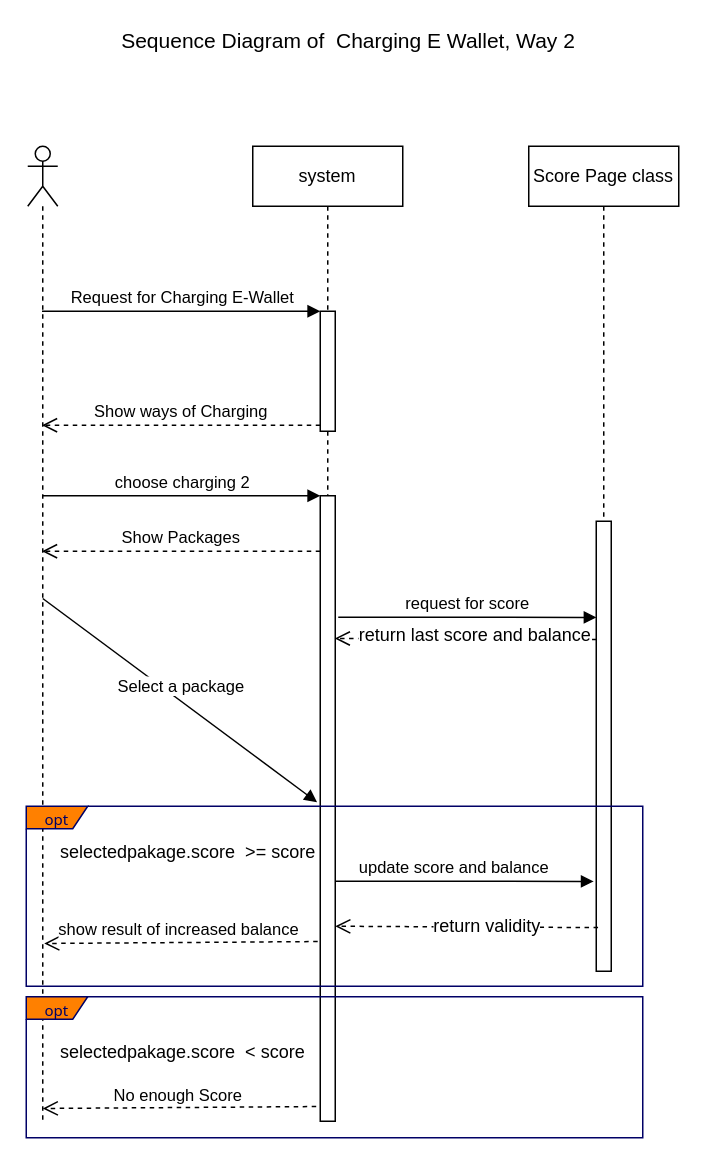
Above: Structural Modeling/SequenceDiagram/Seq-charge2-Ewallet.drawio in kargaranamir/Travelink (draw.io), before the change. Source tidied: cells renumbered, new cells numbered last; positions are measured from the earlier drawing's top-left corner, leaving out a move shared by most shapes. Both pictures are drawn from the tidied source at 150%, with x=0, y=0 at pixel (26, 26).
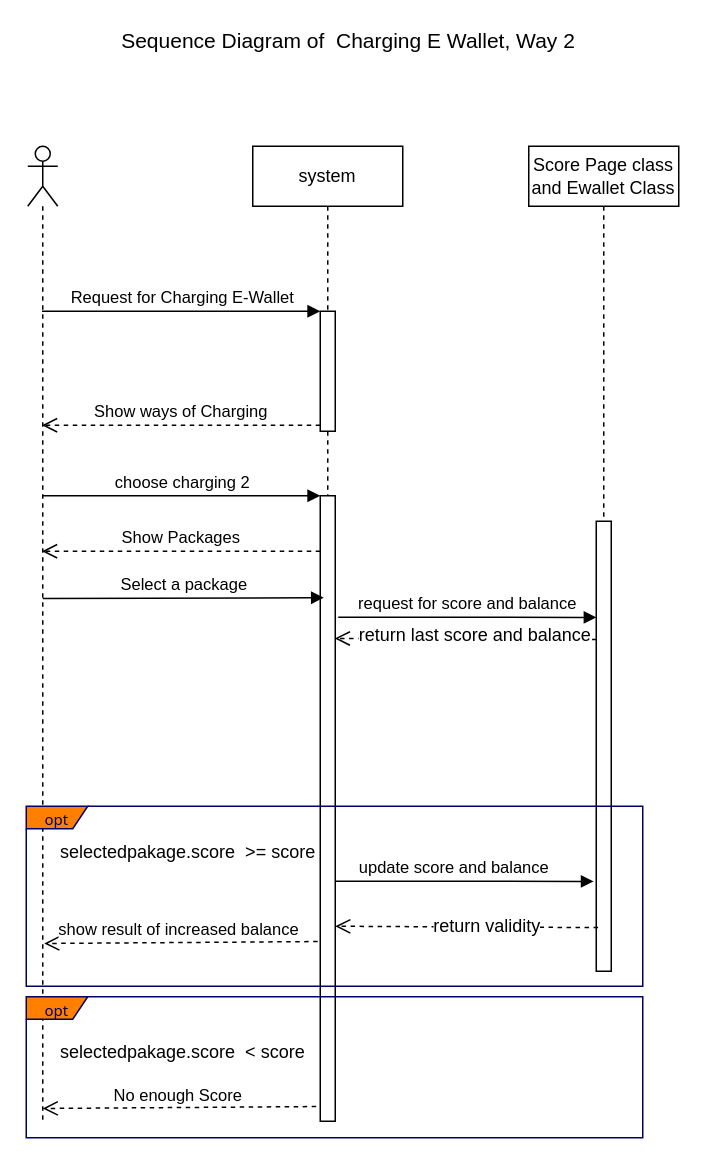
After the change.

Unchanged cells that the change refers to:
```xml
<mxCell id="5" style="html=1;points=[];perimeter=orthogonalPerimeter;" parent="3" vertex="1">
  <mxGeometry x="45" y="233" width="10" height="417" as="geometry" />
</mxCell>
```

Diff of the diagram source:
```diff
@@
-    <mxCell id="6" value="Score Page class" style="shape=umlLifeline;perimeter=lifelinePerimeter;whiteSpace=wrap;html=1;" parent="1" vertex="1">
+    <mxCell id="6" value="Score Page class and Ewallet Class" style="shape=umlLifeline;perimeter=lifelinePerimeter;whiteSpace=wrap;html=1;" parent="1" vertex="1">
       <mxGeometry x="335" y="80" width="100" height="550" as="geometry" />
     </mxCell>
@@
-    <mxCell id="11" value="request for score" style="html=1;verticalAlign=bottom;endArrow=block;entryX=0;entryY=0;" parent="1" edge="1">
+    <mxCell id="11" value="request for score and balance" style="html=1;verticalAlign=bottom;endArrow=block;entryX=0;entryY=0;" parent="1" edge="1">
       <mxGeometry relative="1" as="geometry">
         <mxPoint x="208" y="394" as="sourcePoint" />
         <mxPoint x="380.2" y="394.1" as="targetPoint" />
       </mxGeometry>
     </mxCell>
@@
-    <mxCell id="15" value="Select a package" style="html=1;verticalAlign=bottom;endArrow=block;entryX=-0.211;entryY=0.49;entryDx=0;entryDy=0;entryPerimeter=0;" parent="1" edge="1" target="5">
+    <mxCell id="15" value="Select a package" style="html=1;verticalAlign=bottom;endArrow=block;entryX=0.241;entryY=0.163;entryDx=0;entryDy=0;entryPerimeter=0;" parent="1" edge="1" target="5">
       <mxGeometry relative="1" as="geometry">
         <mxPoint x="11" y="381.5" as="sourcePoint" />
       </mxGeometry>
     </mxCell>
```
